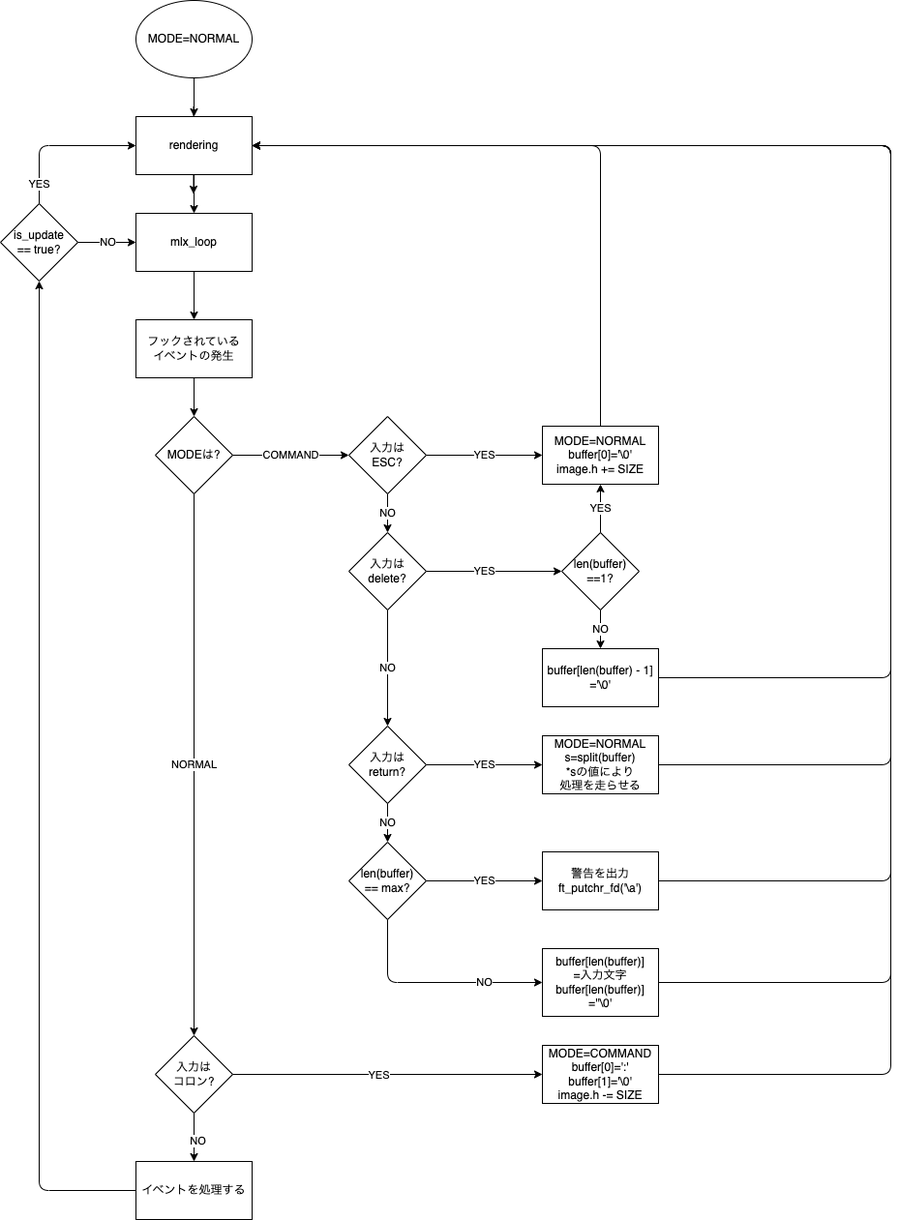
Before: asset/ui.drawio.png, a diagram exported from draw.io (penguin2/42-minirt). Source tidied: cells renumbered, new cells last; positions are measured from the earlier drawing's top-left corner, leaving out a move shared by most shapes.
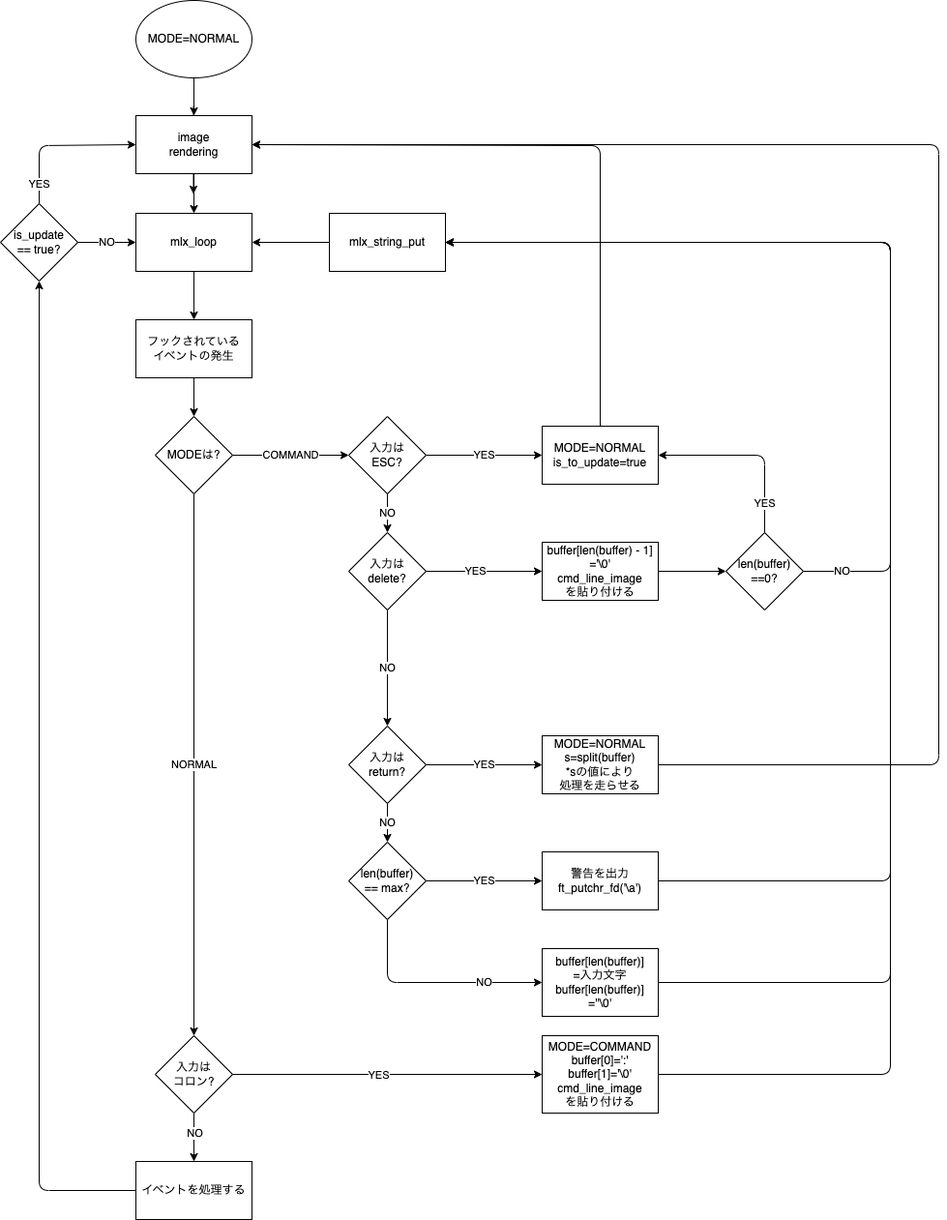
Above is the later version.

Diff of the diagram source:
```diff
@@ -38,18 +38,20 @@
       <mxGeometry relative="1" as="geometry" />
     </mxCell>
     <mxCell id="13" value="NO" style="edgeLabel;html=1;align=center;verticalAlign=middle;" parent="12" vertex="1">
-      <mxGeometry x="0.11" y="3" relative="1" as="geometry" />
+      <mxGeometry x="0.11" y="3" relative="1" as="geometry">
+        <mxPoint x="-3" y="-8" as="offset" />
+      </mxGeometry>
     </mxCell>
-    <mxCell id="14" style="edgeStyle=none;html=1;entryX=1;entryY=0.5;entryDx=0;entryDy=0;" parent="1" edge="1" source="15" target="29">
+    <mxCell id="14" style="edgeStyle=none;html=1;entryX=1;entryY=0.5;entryDx=0;entryDy=0;" parent="1" edge="1" source="15" target="53">
       <mxGeometry relative="1" as="geometry">
         <Array as="points">
           <mxPoint x="920" y="1110" />
-          <mxPoint x="920" y="150" />
+          <mxPoint x="920" y="250" />
         </Array>
       </mxGeometry>
     </mxCell>
-    <mxCell id="15" value="MODE=COMMAND&lt;br&gt;buffer[0]=':'&lt;br&gt;buffer[1]='\0'&lt;br&gt;image.h -= SIZE" style="rounded=0;whiteSpace=wrap;html=1;" parent="1" vertex="1">
-      <mxGeometry x="560" y="1080" width="120" height="60" as="geometry" />
+    <mxCell id="15" value="MODE=COMMAND&lt;br&gt;buffer[0]=':'&lt;br&gt;buffer[1]='\0'&lt;br&gt;cmd_line_image&lt;br&gt;を貼り付ける" style="rounded=0;whiteSpace=wrap;html=1;" parent="1" vertex="1">
+      <mxGeometry x="560" y="1070" width="120" height="80" as="geometry" />
     </mxCell>
     <mxCell id="16" value="イベントを処理する" style="rounded=0;whiteSpace=wrap;html=1;" parent="1" vertex="1">
       <mxGeometry x="140" y="1200" width="120" height="60" as="geometry" />
@@ -76,7 +78,7 @@
         </Array>
       </mxGeometry>
     </mxCell>
-    <mxCell id="22" value="MODE=NORMAL&lt;br&gt;buffer[0]='\0'&lt;br&gt;image.h += SIZE" style="rounded=0;whiteSpace=wrap;html=1;" parent="1" vertex="1">
+    <mxCell id="22" value="MODE=NORMAL&lt;br&gt;is_to_update=true" style="rounded=0;whiteSpace=wrap;html=1;" parent="1" vertex="1">
       <mxGeometry x="560" y="440" width="120" height="60" as="geometry" />
     </mxCell>
     <mxCell id="23" value="NO" style="endArrow=classic;html=1;exitX=0.5;exitY=1;exitDx=0;exitDy=0;" parent="1" edge="1" source="19">
@@ -87,20 +89,20 @@
     <mxCell id="24" value="入力は&lt;br&gt;delete?" style="rhombus;whiteSpace=wrap;html=1;" parent="1" vertex="1">
       <mxGeometry x="360" y="550" width="80" height="80" as="geometry" />
     </mxCell>
-    <mxCell id="25" value="YES" style="endArrow=classic;html=1;exitX=1;exitY=0.5;exitDx=0;exitDy=0;entryX=0;entryY=0.5;entryDx=0;entryDy=0;" parent="1" edge="1" source="24" target="27">
+    <mxCell id="25" value="YES" style="endArrow=classic;html=1;exitX=1;exitY=0.5;exitDx=0;exitDy=0;entryX=0;entryY=0.5;entryDx=0;entryDy=0;" parent="1" edge="1" source="24" target="40">
       <mxGeometry x="-0.14" relative="1" as="geometry" />
     </mxCell>
     <mxCell id="26" value="NO" style="endArrow=classic;html=1;exitX=0.5;exitY=1;exitDx=0;exitDy=0;entryX=0.5;entryY=0;entryDx=0;entryDy=0;" parent="1" edge="1" source="24" target="37">
       <mxGeometry relative="1" as="geometry" />
     </mxCell>
-    <mxCell id="27" value="len(buffer)&lt;br&gt;==1?" style="rhombus;whiteSpace=wrap;html=1;" parent="1" vertex="1">
-      <mxGeometry x="580" y="550" width="80" height="80" as="geometry" />
+    <mxCell id="27" value="len(buffer)&lt;br&gt;==0?" style="rhombus;whiteSpace=wrap;html=1;" parent="1" vertex="1">
+      <mxGeometry x="750" y="550" width="80" height="80" as="geometry" />
     </mxCell>
     <mxCell id="28" style="edgeStyle=none;html=1;entryX=0.5;entryY=0;entryDx=0;entryDy=0;" parent="1" edge="1" source="29" target="17">
       <mxGeometry relative="1" as="geometry" />
     </mxCell>
-    <mxCell id="29" value="rendering" style="rounded=0;whiteSpace=wrap;html=1;" parent="1" vertex="1">
-      <mxGeometry x="140" y="120" width="120" height="60" as="geometry" />
+    <mxCell id="29" value="image&lt;br&gt;rendering" style="rounded=0;whiteSpace=wrap;html=1;" parent="1" vertex="1">
+      <mxGeometry x="140" y="119" width="120" height="60" as="geometry" />
     </mxCell>
     <mxCell id="30" style="endArrow=classic;html=1;exitX=0.5;exitY=1;exitDx=0;exitDy=0;entryX=0.5;entryY=0;entryDx=0;entryDy=0;" parent="1" edge="1" source="2" target="29">
       <mxGeometry relative="1" as="geometry" />
@@ -125,45 +127,34 @@
         </Array>
       </mxGeometry>
     </mxCell>
-    <mxCell id="35" value="YES" style="endArrow=classic;html=1;exitX=0.5;exitY=0;exitDx=0;exitDy=0;entryX=0.5;entryY=1;entryDx=0;entryDy=0;" parent="1" edge="1" source="27" target="22">
-      <mxGeometry relative="1" as="geometry" />
-    </mxCell>
-    <mxCell id="36" value="NO" style="endArrow=classic;html=1;exitX=0.5;exitY=1;exitDx=0;exitDy=0;entryX=0.5;entryY=0;entryDx=0;entryDy=0;" parent="1" edge="1" source="27" target="40">
-      <mxGeometry relative="1" as="geometry" />
-    </mxCell>
     <mxCell id="37" value="入力は&lt;br&gt;return?" style="rhombus;whiteSpace=wrap;html=1;" parent="1" vertex="1">
       <mxGeometry x="360" y="750" width="80" height="80" as="geometry" />
     </mxCell>
     <mxCell id="38" value="YES" style="endArrow=classic;html=1;exitX=1;exitY=0.5;exitDx=0;exitDy=0;entryX=0;entryY=0.5;entryDx=0;entryDy=0;" parent="1" edge="1" source="37" target="42">
       <mxGeometry relative="1" as="geometry" />
     </mxCell>
-    <mxCell id="39" style="edgeStyle=none;html=1;exitX=1;exitY=0.5;exitDx=0;exitDy=0;entryX=1;entryY=0.5;entryDx=0;entryDy=0;" parent="1" edge="1" source="40" target="29">
-      <mxGeometry relative="1" as="geometry">
-        <Array as="points">
-          <mxPoint x="920" y="700" />
-          <mxPoint x="920" y="150" />
-        </Array>
-      </mxGeometry>
-    </mxCell>
+    <mxCell id="51" style="edgeStyle=none;html=1;exitX=1;exitY=0.5;exitDx=0;exitDy=0;entryX=0;entryY=0.5;entryDx=0;entryDy=0;" parent="1" edge="1" source="40" target="27">
+      <mxGeometry relative="1" as="geometry" />
+    </mxCell>
-    <mxCell id="40" value="buffer[len(buffer) - 1]&lt;br&gt;='\0'" style="rounded=0;whiteSpace=wrap;html=1;" parent="1" vertex="1">
-      <mxGeometry x="560" y="670" width="120" height="60" as="geometry" />
+    <mxCell id="40" value="buffer[len(buffer) - 1]&lt;br&gt;='\0'&lt;br&gt;cmd_line_image&lt;br&gt;を貼り付ける" style="rounded=0;whiteSpace=wrap;html=1;" parent="1" vertex="1">
+      <mxGeometry x="560" y="560" width="120" height="60" as="geometry" />
     </mxCell>
     <mxCell id="41" style="edgeStyle=none;html=1;entryX=1;entryY=0.5;entryDx=0;entryDy=0;exitX=1;exitY=0.5;exitDx=0;exitDy=0;" parent="1" edge="1" source="42" target="29">
       <mxGeometry relative="1" as="geometry">
         <Array as="points">
-          <mxPoint x="920" y="790" />
-          <mxPoint x="920" y="150" />
+          <mxPoint x="970" y="790" />
+          <mxPoint x="970" y="149" />
         </Array>
       </mxGeometry>
     </mxCell>
     <mxCell id="42" value="MODE=NORMAL&lt;br&gt;s=split(buffer)&lt;br&gt;*sの値により&lt;br&gt;処理を走らせる" style="rounded=0;whiteSpace=wrap;html=1;" parent="1" vertex="1">
       <mxGeometry x="560" y="760" width="120" height="60" as="geometry" />
     </mxCell>
-    <mxCell id="43" style="edgeStyle=none;html=1;entryX=1;entryY=0.5;entryDx=0;entryDy=0;exitX=1;exitY=0.5;exitDx=0;exitDy=0;" parent="1" edge="1" source="44" target="29">
+    <mxCell id="43" style="edgeStyle=none;html=1;entryX=1;entryY=0.5;entryDx=0;entryDy=0;exitX=1;exitY=0.5;exitDx=0;exitDy=0;" parent="1" edge="1" source="44" target="53">
       <mxGeometry relative="1" as="geometry">
         <Array as="points">
           <mxPoint x="920" y="1015" />
-          <mxPoint x="920" y="150" />
+          <mxPoint x="920" y="250" />
         </Array>
       </mxGeometry>
     </mxCell>
@@ -176,11 +167,11 @@
     <mxCell id="46" value="NO" style="endArrow=classic;html=1;exitX=0.5;exitY=1;exitDx=0;exitDy=0;entryX=0.5;entryY=0;entryDx=0;entryDy=0;" parent="1" edge="1" source="37" target="45">
       <mxGeometry relative="1" as="geometry" />
     </mxCell>
-    <mxCell id="47" style="edgeStyle=none;html=1;exitX=1;exitY=0.5;exitDx=0;exitDy=0;entryX=1;entryY=0.5;entryDx=0;entryDy=0;" parent="1" edge="1" source="48" target="29">
+    <mxCell id="47" style="edgeStyle=none;html=1;exitX=1;exitY=0.5;exitDx=0;exitDy=0;entryX=1;entryY=0.5;entryDx=0;entryDy=0;" parent="1" edge="1" source="48" target="53">
       <mxGeometry relative="1" as="geometry">
         <Array as="points">
           <mxPoint x="920" y="910" />
-          <mxPoint x="920" y="150" />
+          <mxPoint x="920" y="250" />
         </Array>
       </mxGeometry>
     </mxCell>
@@ -197,5 +188,26 @@
         </Array>
       </mxGeometry>
     </mxCell>
+    <mxCell id="52" style="edgeStyle=none;html=1;exitX=0;exitY=0.5;exitDx=0;exitDy=0;entryX=1;entryY=0.5;entryDx=0;entryDy=0;" parent="1" edge="1" source="53" target="17">
+      <mxGeometry relative="1" as="geometry" />
+    </mxCell>
+    <mxCell id="53" value="mlx_string_put" style="rounded=0;whiteSpace=wrap;html=1;" parent="1" vertex="1">
+      <mxGeometry x="340" y="220" width="120" height="60" as="geometry" />
+    </mxCell>
+    <mxCell id="35" value="YES" style="endArrow=classic;html=1;exitX=0.5;exitY=0;exitDx=0;exitDy=0;entryX=1;entryY=0.5;entryDx=0;entryDy=0;" parent="1" edge="1" source="27" target="22">
+      <mxGeometry x="-0.68" relative="1" as="geometry">
+        <Array as="points">
+          <mxPoint x="790" y="470" />
+        </Array>
+      </mxGeometry>
+    </mxCell>
+    <mxCell id="36" value="NO" style="endArrow=classic;html=1;exitX=1;exitY=0.5;exitDx=0;exitDy=0;entryX=1;entryY=0.5;entryDx=0;entryDy=0;" parent="1" edge="1" source="27" target="53">
+      <mxGeometry x="-0.91" relative="1" as="geometry">
+        <Array as="points">
+          <mxPoint x="920" y="590" />
+          <mxPoint x="920" y="250" />
+        </Array>
+      </mxGeometry>
+    </mxCell>
   </root>
 </mxGraphModel>
```
